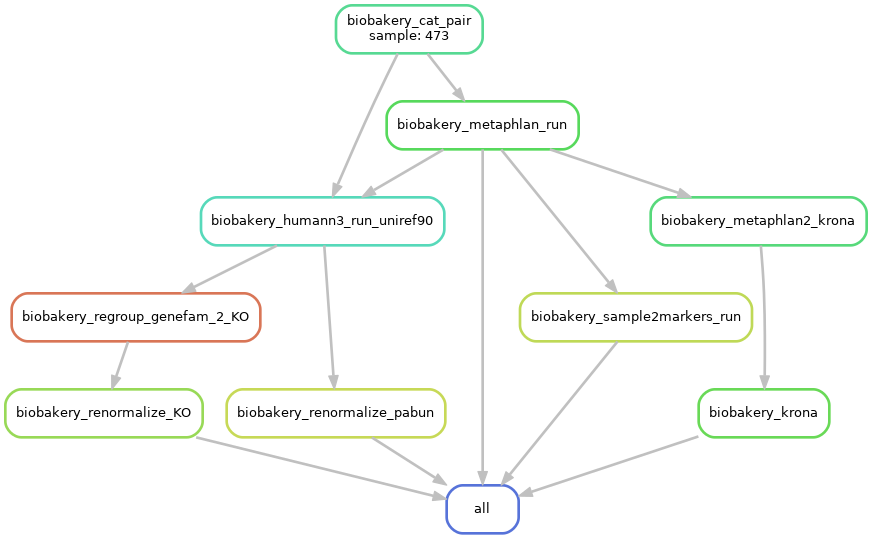
Above: images/biobakery_dag.png in vdblab/vdblab-shotgun (Graphviz), before the change. Its source is kept beside it as images/biobakery_dag.dot. Source of this version:
```dot
digraph snakemake_dag {
    graph[bgcolor=white, margin=0];
    node[shape=box, style=rounded, fontname=sans,                 fontsize=10, penwidth=2];
    edge[penwidth=2, color=grey];
	0[label = "all", color = "0.63 0.6 0.85", style="rounded"];
	1[label = "biobakery_renormalize_KO", color = "0.25 0.6 0.85", style="rounded"];
	2[label = "biobakery_regroup_genefam_2_KO", color = "0.04 0.6 0.85", style="rounded"];
	3[label = "biobakery_humann3_run_uniref90", color = "0.46 0.6 0.85", style="rounded"];
	4[label = "biobakery_cat_pair\nsample: 473", color = "0.41 0.6 0.85", style="rounded"];
	5[label = "biobakery_metaphlan_run", color = "0.34 0.6 0.85", style="rounded"];
	6[label = "biobakery_renormalize_pabun", color = "0.19 0.6 0.85", style="rounded"];
	7[label = "biobakery_sample2markers_run", color = "0.20 0.6 0.85", style="rounded"];
	8[label = "biobakery_krona", color = "0.31 0.6 0.85", style="rounded"];
	9[label = "biobakery_metaphlan2_krona", color = "0.38 0.6 0.85", style="rounded"];
	1 -> 0
	5 -> 0
	6 -> 0
	7 -> 0
	8 -> 0
	2 -> 1
	3 -> 2
	4 -> 3
	5 -> 3
	4 -> 5
	3 -> 6
	5 -> 7
	9 -> 8
	5 -> 9
}
```
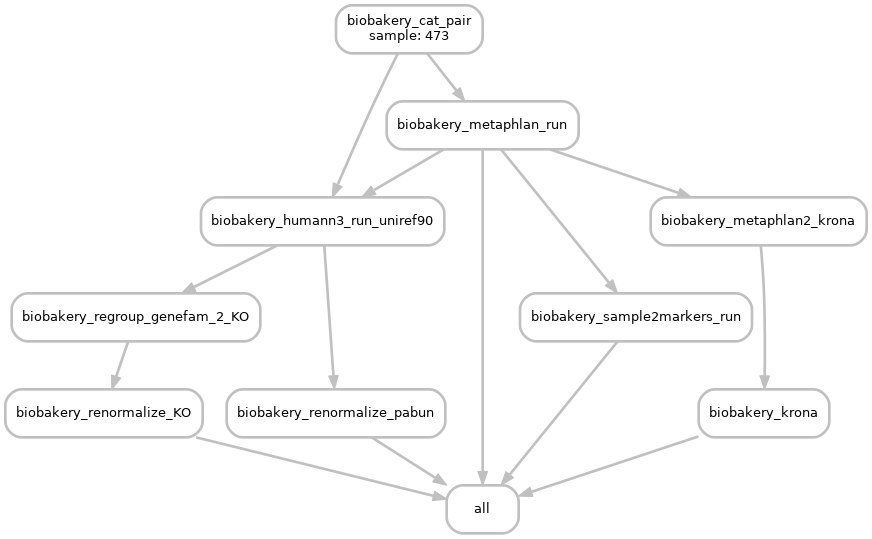
Later version of the same file.

Diff of the diagram source:
```diff
@@ -2,16 +2,16 @@
     graph[bgcolor=white, margin=0];
     node[shape=box, style=rounded, fontname=sans,                 fontsize=10, penwidth=2];
     edge[penwidth=2, color=grey];
-	0[label = "all", color = "0.63 0.6 0.85", style="rounded"];
-	1[label = "biobakery_renormalize_KO", color = "0.25 0.6 0.85", style="rounded"];
-	2[label = "biobakery_regroup_genefam_2_KO", color = "0.04 0.6 0.85", style="rounded"];
-	3[label = "biobakery_humann3_run_uniref90", color = "0.46 0.6 0.85", style="rounded"];
-	4[label = "biobakery_cat_pair\nsample: 473", color = "0.41 0.6 0.85", style="rounded"];
-	5[label = "biobakery_metaphlan_run", color = "0.34 0.6 0.85", style="rounded"];
-	6[label = "biobakery_renormalize_pabun", color = "0.19 0.6 0.85", style="rounded"];
-	7[label = "biobakery_sample2markers_run", color = "0.20 0.6 0.85", style="rounded"];
-	8[label = "biobakery_krona", color = "0.31 0.6 0.85", style="rounded"];
-	9[label = "biobakery_metaphlan2_krona", color = "0.38 0.6 0.85", style="rounded"];
+	0[label = "all", color = "grey", style="rounded"];
+	1[label = "biobakery_renormalize_KO", color = "grey", style="rounded"];
+	2[label = "biobakery_regroup_genefam_2_KO", color = "grey", style="rounded"];
+	3[label = "biobakery_humann3_run_uniref90", color = "grey", style="rounded"];
+	4[label = "biobakery_cat_pair\nsample: 473", color = "grey", style="rounded"];
+	5[label = "biobakery_metaphlan_run", color = "grey", style="rounded"];
+	6[label = "biobakery_renormalize_pabun", color = "grey", style="rounded"];
+	7[label = "biobakery_sample2markers_run", color = "grey", style="rounded"];
+	8[label = "biobakery_krona", color = "grey", style="rounded"];
+	9[label = "biobakery_metaphlan2_krona", color = "grey", style="rounded"];
 	1 -> 0
 	5 -> 0
 	6 -> 0
```
